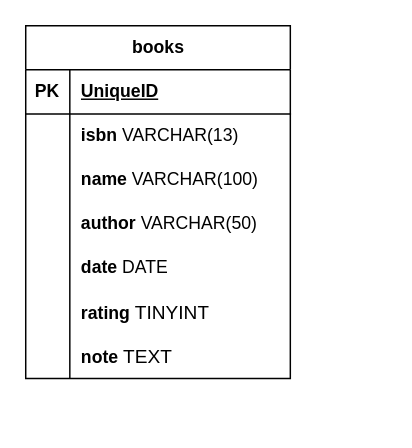
Earlier version of the draw.io diagram db/booknote.drawio (natural-mess/BookNote-Web-App). Source tidied: cells renumbered, new cells numbered last; positions are measured from the earlier drawing's top-left corner, leaving out a move shared by most shapes. Both pictures are drawn from the tidied source at 147%, with x=0, y=0 at pixel (25, 25).
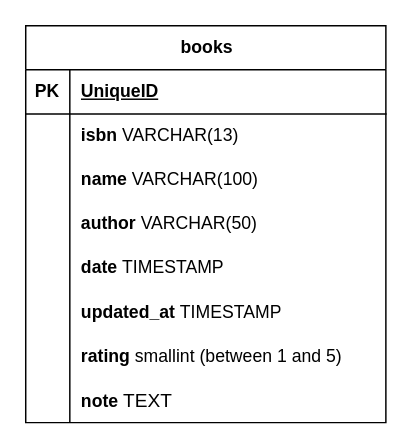
Above is the later version.

Diff of the diagram source:
```diff
@@
     <mxCell id="2" value="books" style="shape=table;startSize=30;childLayout=tableLayout;rowLines=0;fontStyle=1;align=center;html=1;" parent="1" vertex="1">
-      <mxGeometry width="180" height="240" as="geometry" />
+      <mxGeometry width="245" height="270" as="geometry" />
     </mxCell>
     <mxCell id="3" style="shape=tableRow;horizontal=0;startSize=0;swimlaneHead=0;swimlaneBody=0;fillColor=none;top=0;left=0;right=0;bottom=1;" parent="2" vertex="1">
-      <mxGeometry y="30" width="180" height="30" as="geometry" />
+      <mxGeometry y="30" width="245" height="30" as="geometry" />
     </mxCell>
@@
     <mxCell id="5" value="UniqueID" style="shape=partialRectangle;fillColor=none;top=0;left=0;bottom=0;right=0;align=left;spacingLeft=6;fontStyle=5;overflow=hidden;whiteSpace=wrap;html=1;" parent="3" vertex="1">
-      <mxGeometry x="30" width="150" height="30" as="geometry" />
+      <mxGeometry x="30" width="215" height="30" as="geometry" />
     </mxCell>
     <mxCell id="6" style="shape=tableRow;horizontal=0;startSize=0;swimlaneHead=0;swimlaneBody=0;fillColor=none;top=0;left=0;right=0;bottom=0;" parent="2" vertex="1">
-      <mxGeometry y="60" width="180" height="30" as="geometry" />
+      <mxGeometry y="60" width="245" height="30" as="geometry" />
     </mxCell>
@@
     <mxCell id="8" value="&lt;b&gt;isbn &lt;/b&gt;VARCHAR(13)" style="shape=partialRectangle;fillColor=none;top=0;left=0;bottom=0;right=0;align=left;spacingLeft=6;overflow=hidden;whiteSpace=wrap;html=1;" parent="6" vertex="1">
-      <mxGeometry x="30" width="150" height="30" as="geometry" />
+      <mxGeometry x="30" width="215" height="30" as="geometry" />
     </mxCell>
     <mxCell id="9" style="shape=tableRow;horizontal=0;startSize=0;swimlaneHead=0;swimlaneBody=0;fillColor=none;top=0;left=0;right=0;bottom=0;" parent="2" vertex="1">
-      <mxGeometry y="90" width="180" height="30" as="geometry" />
+      <mxGeometry y="90" width="245" height="30" as="geometry" />
     </mxCell>
@@
     <mxCell id="11" value="&lt;b&gt;name&amp;nbsp;&lt;/b&gt;&lt;span style=&quot;color: rgb(0, 0, 0);&quot;&gt;VARCHAR(100)&lt;/span&gt;" style="shape=partialRectangle;fillColor=none;top=0;left=0;bottom=0;right=0;align=left;spacingLeft=6;overflow=hidden;whiteSpace=wrap;html=1;" parent="9" vertex="1">
-      <mxGeometry x="30" width="150" height="30" as="geometry" />
+      <mxGeometry x="30" width="215" height="30" as="geometry" />
     </mxCell>
     <mxCell id="12" style="shape=tableRow;horizontal=0;startSize=0;swimlaneHead=0;swimlaneBody=0;fillColor=none;top=0;left=0;right=0;bottom=0;" parent="2" vertex="1">
-      <mxGeometry y="120" width="180" height="30" as="geometry" />
+      <mxGeometry y="120" width="245" height="30" as="geometry" />
     </mxCell>
@@
     <mxCell id="14" value="&lt;b&gt;author &lt;/b&gt;VARCHAR(50)" style="shape=partialRectangle;fillColor=none;top=0;left=0;bottom=0;right=0;align=left;spacingLeft=6;overflow=hidden;whiteSpace=wrap;html=1;" parent="12" vertex="1">
-      <mxGeometry x="30" width="150" height="30" as="geometry" />
+      <mxGeometry x="30" width="215" height="30" as="geometry" />
     </mxCell>
     <mxCell id="15" style="shape=tableRow;horizontal=0;startSize=0;swimlaneHead=0;swimlaneBody=0;fillColor=none;top=0;left=0;right=0;bottom=0;" parent="2" vertex="1">
-      <mxGeometry y="150" width="180" height="30" as="geometry" />
+      <mxGeometry y="150" width="245" height="30" as="geometry" />
     </mxCell>
@@
-    <mxCell id="17" value="&lt;b&gt;date &lt;/b&gt;DATE" style="shape=partialRectangle;fillColor=none;top=0;left=0;bottom=0;right=0;align=left;spacingLeft=6;overflow=hidden;whiteSpace=wrap;html=1;" parent="15" vertex="1">
-      <mxGeometry x="30" width="150" height="30" as="geometry" />
+    <mxCell id="17" value="&lt;b&gt;date &lt;/b&gt;TIMESTAMP" style="shape=partialRectangle;fillColor=none;top=0;left=0;bottom=0;right=0;align=left;spacingLeft=6;overflow=hidden;whiteSpace=wrap;html=1;" parent="15" vertex="1">
+      <mxGeometry x="30" width="215" height="30" as="geometry" />
     </mxCell>
+    <mxCell id="24" style="shape=tableRow;horizontal=0;startSize=0;swimlaneHead=0;swimlaneBody=0;fillColor=none;top=0;left=0;right=0;bottom=0;" parent="2" vertex="1">
+      <mxGeometry y="180" width="245" height="30" as="geometry" />
+    </mxCell>
+    <mxCell id="25" style="shape=partialRectangle;fillColor=none;top=0;left=0;bottom=0;right=0;overflow=hidden;whiteSpace=wrap;html=1;" parent="24" vertex="1">
+      <mxGeometry width="30" height="30" as="geometry" />
+    </mxCell>
+    <mxCell id="26" value="&lt;b&gt;updated_at&amp;nbsp;&lt;/b&gt;TIMESTAMP" style="shape=partialRectangle;fillColor=none;top=0;left=0;bottom=0;right=0;align=left;spacingLeft=6;overflow=hidden;whiteSpace=wrap;html=1;" parent="24" vertex="1">
+      <mxGeometry x="30" width="215" height="30" as="geometry" />
+    </mxCell>
     <mxCell id="18" style="shape=tableRow;horizontal=0;startSize=0;swimlaneHead=0;swimlaneBody=0;fillColor=none;top=0;left=0;right=0;bottom=0;" parent="2" vertex="1">
-      <mxGeometry y="180" width="180" height="30" as="geometry" />
+      <mxGeometry y="210" width="245" height="30" as="geometry" />
     </mxCell>
@@
-    <mxCell id="20" value="&lt;b&gt;rating&amp;nbsp;&lt;/b&gt;&lt;span style=&quot;background-color: var(--vscode-textPreformat-background); font-family: inherit; font-style: inherit; font-variant-ligatures: inherit; font-variant-caps: inherit; font-weight: inherit; white-space: inherit; font-size: 13px;&quot;&gt;TINYINT&lt;/span&gt;" style="shape=partialRectangle;fillColor=none;top=0;left=0;bottom=0;right=0;align=left;spacingLeft=6;overflow=hidden;whiteSpace=wrap;html=1;" parent="18" vertex="1">
-      <mxGeometry x="30" width="150" height="30" as="geometry" />
+    <mxCell id="20" value="&lt;b&gt;rating &lt;/b&gt;smallint (between 1 and 5)" style="shape=partialRectangle;fillColor=none;top=0;left=0;bottom=0;right=0;align=left;spacingLeft=6;overflow=hidden;whiteSpace=wrap;html=1;" parent="18" vertex="1">
+      <mxGeometry x="30" width="215" height="30" as="geometry" />
     </mxCell>
     <mxCell id="21" style="shape=tableRow;horizontal=0;startSize=0;swimlaneHead=0;swimlaneBody=0;fillColor=none;top=0;left=0;right=0;bottom=0;" parent="2" vertex="1">
-      <mxGeometry y="210" width="180" height="30" as="geometry" />
+      <mxGeometry y="240" width="245" height="30" as="geometry" />
     </mxCell>
@@
     <mxCell id="23" value="&lt;b&gt;note&amp;nbsp;&lt;/b&gt;&lt;span style=&quot;background-color: var(--vscode-textPreformat-background); font-family: inherit; font-style: inherit; font-variant-ligatures: inherit; font-variant-caps: inherit; font-weight: inherit; white-space: inherit; font-size: 13px;&quot;&gt;TEXT&lt;/span&gt;" style="shape=partialRectangle;fillColor=none;top=0;left=0;bottom=0;right=0;align=left;spacingLeft=6;overflow=hidden;whiteSpace=wrap;html=1;" parent="21" vertex="1">
-      <mxGeometry x="30" width="150" height="30" as="geometry" />
+      <mxGeometry x="30" width="215" height="30" as="geometry" />
     </mxCell>
```
